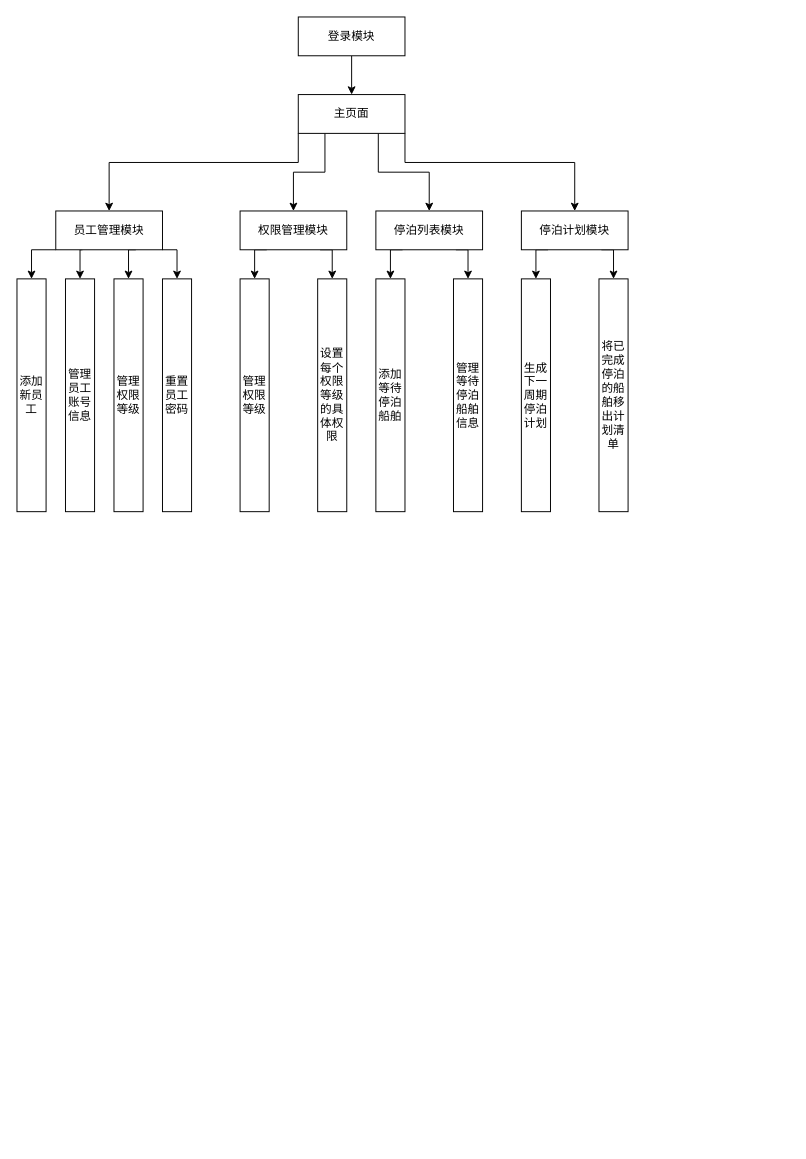
The draw.io diagram 功能性需求.drawio in xbb2020/dicPics, before the edit. Source tidied: cells renumbered, new cells numbered last; positions are measured from the earlier drawing's top-left corner, leaving out a move shared by most shapes. Both pictures are drawn from the tidied source at 97%, with x=0, y=0 at pixel (16, 16).
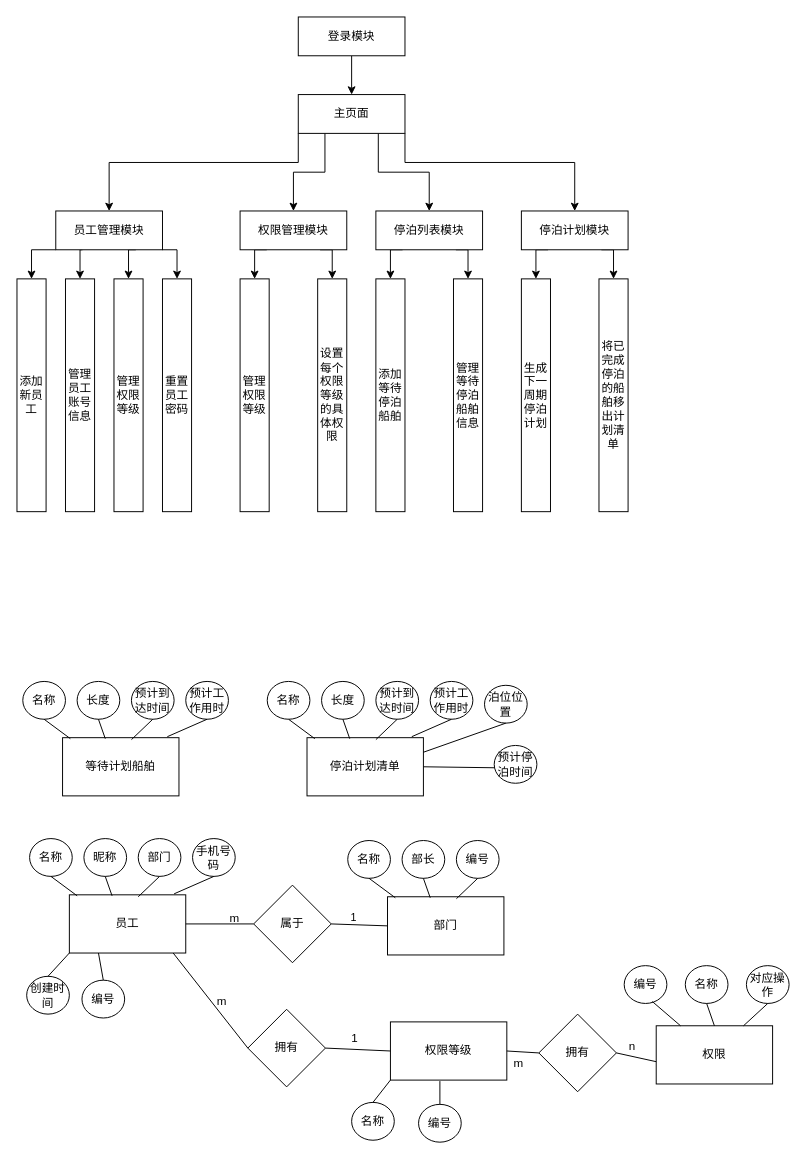
After the change.

Commit message (it also covers changes not shown here):
更新功能性需求.drawio

Change to the diagram source:
```diff
@@
+    <mxCell id="33" value="等待计划船舶" style="rounded=0;whiteSpace=wrap;html=1;" parent="1" vertex="1">
+      <mxGeometry x="47" y="743" width="120" height="60" as="geometry" />
+    </mxCell>
+    <mxCell id="34" value="名称" style="ellipse;whiteSpace=wrap;html=1;" parent="1" vertex="1">
+      <mxGeometry x="6" y="685" width="44" height="39" as="geometry" />
+    </mxCell>
+    <mxCell id="35" value="长度" style="ellipse;whiteSpace=wrap;html=1;" parent="1" vertex="1">
+      <mxGeometry x="62" y="685" width="44" height="39" as="geometry" />
+    </mxCell>
+    <mxCell id="36" value="预计到达时间" style="ellipse;whiteSpace=wrap;html=1;" parent="1" vertex="1">
+      <mxGeometry x="118" y="685" width="44" height="39" as="geometry" />
+    </mxCell>
+    <mxCell id="37" value="预计工作用时" style="ellipse;whiteSpace=wrap;html=1;" parent="1" vertex="1">
+      <mxGeometry x="174" y="685" width="44" height="39" as="geometry" />
+    </mxCell>
+    <mxCell id="38" style="endArrow=none;html=1;rounded=0;exitX=0.5;exitY=1;exitDx=0;exitDy=0;entryX=0.067;entryY=0.017;entryDx=0;entryDy=0;entryPerimeter=0;" parent="1" edge="1" source="34" target="33">
+      <mxGeometry relative="1" as="geometry" />
+    </mxCell>
+    <mxCell id="39" style="endArrow=none;html=1;rounded=0;entryX=0.5;entryY=1;entryDx=0;entryDy=0;exitX=0.367;exitY=0.017;exitDx=0;exitDy=0;exitPerimeter=0;" parent="1" edge="1" source="33" target="35">
+      <mxGeometry relative="1" as="geometry" />
+    </mxCell>
+    <mxCell id="40" style="endArrow=none;html=1;rounded=0;entryX=0.5;entryY=1;entryDx=0;entryDy=0;exitX=0.592;exitY=0.033;exitDx=0;exitDy=0;exitPerimeter=0;" parent="1" edge="1" source="33" target="36">
+      <mxGeometry relative="1" as="geometry" />
+    </mxCell>
+    <mxCell id="41" style="endArrow=none;html=1;rounded=0;entryX=0.5;entryY=1;entryDx=0;entryDy=0;exitX=0.9;exitY=-0.017;exitDx=0;exitDy=0;exitPerimeter=0;" parent="1" edge="1" source="33" target="37">
+      <mxGeometry relative="1" as="geometry" />
+    </mxCell>
+    <mxCell id="42" value="停泊计划清单" style="rounded=0;whiteSpace=wrap;html=1;" parent="1" vertex="1">
+      <mxGeometry x="299" y="743" width="120" height="60" as="geometry" />
+    </mxCell>
+    <mxCell id="43" value="名称" style="ellipse;whiteSpace=wrap;html=1;" parent="1" vertex="1">
+      <mxGeometry x="258" y="685" width="44" height="39" as="geometry" />
+    </mxCell>
+    <mxCell id="44" value="长度" style="ellipse;whiteSpace=wrap;html=1;" parent="1" vertex="1">
+      <mxGeometry x="314" y="685" width="44" height="39" as="geometry" />
+    </mxCell>
+    <mxCell id="45" value="预计到达时间" style="ellipse;whiteSpace=wrap;html=1;" parent="1" vertex="1">
+      <mxGeometry x="370" y="685" width="44" height="39" as="geometry" />
+    </mxCell>
+    <mxCell id="46" value="预计工作用时" style="ellipse;whiteSpace=wrap;html=1;" parent="1" vertex="1">
+      <mxGeometry x="426" y="685" width="44" height="39" as="geometry" />
+    </mxCell>
+    <mxCell id="47" style="endArrow=none;html=1;rounded=0;exitX=0.5;exitY=1;exitDx=0;exitDy=0;entryX=0.067;entryY=0.017;entryDx=0;entryDy=0;entryPerimeter=0;" parent="1" edge="1" source="43" target="42">
+      <mxGeometry relative="1" as="geometry" />
+    </mxCell>
+    <mxCell id="48" style="endArrow=none;html=1;rounded=0;entryX=0.5;entryY=1;entryDx=0;entryDy=0;exitX=0.367;exitY=0.017;exitDx=0;exitDy=0;exitPerimeter=0;" parent="1" edge="1" source="42" target="44">
+      <mxGeometry relative="1" as="geometry" />
+    </mxCell>
+    <mxCell id="49" style="endArrow=none;html=1;rounded=0;entryX=0.5;entryY=1;entryDx=0;entryDy=0;exitX=0.592;exitY=0.033;exitDx=0;exitDy=0;exitPerimeter=0;" parent="1" edge="1" source="42" target="45">
+      <mxGeometry relative="1" as="geometry" />
+    </mxCell>
+    <mxCell id="50" style="endArrow=none;html=1;rounded=0;entryX=0.5;entryY=1;entryDx=0;entryDy=0;exitX=0.9;exitY=-0.017;exitDx=0;exitDy=0;exitPerimeter=0;" parent="1" edge="1" source="42" target="46">
+      <mxGeometry relative="1" as="geometry" />
+    </mxCell>
+    <mxCell id="51" value="泊位位置" style="ellipse;whiteSpace=wrap;html=1;" parent="1" vertex="1">
+      <mxGeometry x="482" y="689" width="44" height="39" as="geometry" />
+    </mxCell>
+    <mxCell id="52" style="endArrow=none;html=1;rounded=0;entryX=0.5;entryY=1;entryDx=0;entryDy=0;exitX=1;exitY=0.25;exitDx=0;exitDy=0;" parent="1" edge="1" source="42" target="51">
+      <mxGeometry relative="1" as="geometry" />
+    </mxCell>
+    <mxCell id="53" value="预计停泊时间" style="ellipse;whiteSpace=wrap;html=1;" parent="1" vertex="1">
+      <mxGeometry x="492" y="751" width="44" height="39" as="geometry" />
+    </mxCell>
+    <mxCell id="54" style="endArrow=none;html=1;rounded=0;entryX=0;entryY=0.59;entryDx=0;entryDy=0;entryPerimeter=0;exitX=1;exitY=0.5;exitDx=0;exitDy=0;" parent="1" edge="1" source="42" target="53">
+      <mxGeometry relative="1" as="geometry" />
+    </mxCell>
+    <mxCell id="55" value="员工" style="rounded=0;whiteSpace=wrap;html=1;" parent="1" vertex="1">
+      <mxGeometry x="54" y="905" width="120" height="60" as="geometry" />
+    </mxCell>
+    <mxCell id="56" value="名称" style="ellipse;whiteSpace=wrap;html=1;" parent="1" vertex="1">
+      <mxGeometry x="13" y="847" width="44" height="39" as="geometry" />
+    </mxCell>
+    <mxCell id="57" value="昵称" style="ellipse;whiteSpace=wrap;html=1;" parent="1" vertex="1">
+      <mxGeometry x="69" y="847" width="44" height="39" as="geometry" />
+    </mxCell>
+    <mxCell id="58" value="部门" style="ellipse;whiteSpace=wrap;html=1;" parent="1" vertex="1">
+      <mxGeometry x="125" y="847" width="44" height="39" as="geometry" />
+    </mxCell>
+    <mxCell id="59" value="手机号码" style="ellipse;whiteSpace=wrap;html=1;" parent="1" vertex="1">
+      <mxGeometry x="181" y="847" width="44" height="39" as="geometry" />
+    </mxCell>
+    <mxCell id="60" style="endArrow=none;html=1;rounded=0;exitX=0.5;exitY=1;exitDx=0;exitDy=0;entryX=0.067;entryY=0.017;entryDx=0;entryDy=0;entryPerimeter=0;" parent="1" edge="1" source="56" target="55">
+      <mxGeometry relative="1" as="geometry" />
+    </mxCell>
+    <mxCell id="61" style="endArrow=none;html=1;rounded=0;entryX=0.5;entryY=1;entryDx=0;entryDy=0;exitX=0.367;exitY=0.017;exitDx=0;exitDy=0;exitPerimeter=0;" parent="1" edge="1" source="55" target="57">
+      <mxGeometry relative="1" as="geometry" />
+    </mxCell>
+    <mxCell id="62" style="endArrow=none;html=1;rounded=0;entryX=0.5;entryY=1;entryDx=0;entryDy=0;exitX=0.592;exitY=0.033;exitDx=0;exitDy=0;exitPerimeter=0;" parent="1" edge="1" source="55" target="58">
+      <mxGeometry relative="1" as="geometry" />
+    </mxCell>
+    <mxCell id="63" style="endArrow=none;html=1;rounded=0;entryX=0.5;entryY=1;entryDx=0;entryDy=0;exitX=0.9;exitY=-0.017;exitDx=0;exitDy=0;exitPerimeter=0;" parent="1" edge="1" source="55" target="59">
+      <mxGeometry relative="1" as="geometry" />
+    </mxCell>
+    <mxCell id="64" value="创建时间" style="ellipse;whiteSpace=wrap;html=1;" parent="1" vertex="1">
+      <mxGeometry x="10" y="989" width="44" height="39" as="geometry" />
+    </mxCell>
+    <mxCell id="65" value="编号" style="ellipse;whiteSpace=wrap;html=1;" parent="1" vertex="1">
+      <mxGeometry x="67" y="993" width="44" height="39" as="geometry" />
+    </mxCell>
+    <mxCell id="66" style="endArrow=none;html=1;rounded=0;entryX=0;entryY=1;entryDx=0;entryDy=0;exitX=0.5;exitY=0;exitDx=0;exitDy=0;" parent="1" edge="1" source="64" target="55">
+      <mxGeometry relative="1" as="geometry" />
+    </mxCell>
+    <mxCell id="67" style="endArrow=none;html=1;rounded=0;entryX=0.25;entryY=1;entryDx=0;entryDy=0;exitX=0.5;exitY=0;exitDx=0;exitDy=0;" parent="1" edge="1" source="65" target="55">
+      <mxGeometry relative="1" as="geometry" />
+    </mxCell>
+    <mxCell id="68" value="属于" style="rhombus;whiteSpace=wrap;html=1;" parent="1" vertex="1">
+      <mxGeometry x="244" y="895" width="80" height="80" as="geometry" />
+    </mxCell>
+    <mxCell id="69" style="endArrow=none;html=1;rounded=0;entryX=0;entryY=0.5;entryDx=0;entryDy=0;exitX=1;exitY=0.5;exitDx=0;exitDy=0;" parent="1" edge="1" source="55" target="68">
+      <mxGeometry relative="1" as="geometry" />
+    </mxCell>
+    <mxCell id="70" value="部门" style="rounded=0;whiteSpace=wrap;html=1;" parent="1" vertex="1">
+      <mxGeometry x="382" y="907" width="120" height="60" as="geometry" />
+    </mxCell>
+    <mxCell id="71" value="名称" style="ellipse;whiteSpace=wrap;html=1;" parent="1" vertex="1">
+      <mxGeometry x="341" y="849" width="44" height="39" as="geometry" />
+    </mxCell>
+    <mxCell id="72" value="部长" style="ellipse;whiteSpace=wrap;html=1;" parent="1" vertex="1">
+      <mxGeometry x="397" y="849" width="44" height="39" as="geometry" />
+    </mxCell>
+    <mxCell id="73" value="编号" style="ellipse;whiteSpace=wrap;html=1;" parent="1" vertex="1">
+      <mxGeometry x="453" y="849" width="44" height="39" as="geometry" />
+    </mxCell>
+    <mxCell id="74" style="endArrow=none;html=1;rounded=0;exitX=0.5;exitY=1;exitDx=0;exitDy=0;entryX=0.067;entryY=0.017;entryDx=0;entryDy=0;entryPerimeter=0;" parent="1" edge="1" source="71" target="70">
+      <mxGeometry relative="1" as="geometry" />
+    </mxCell>
+    <mxCell id="75" style="endArrow=none;html=1;rounded=0;entryX=0.5;entryY=1;entryDx=0;entryDy=0;exitX=0.367;exitY=0.017;exitDx=0;exitDy=0;exitPerimeter=0;" parent="1" edge="1" source="70" target="72">
+      <mxGeometry relative="1" as="geometry" />
+    </mxCell>
+    <mxCell id="76" style="endArrow=none;html=1;rounded=0;entryX=0.5;entryY=1;entryDx=0;entryDy=0;exitX=0.592;exitY=0.033;exitDx=0;exitDy=0;exitPerimeter=0;" parent="1" edge="1" source="70" target="73">
+      <mxGeometry relative="1" as="geometry" />
+    </mxCell>
+    <mxCell id="77" style="endArrow=none;html=1;rounded=0;entryX=0;entryY=0.5;entryDx=0;entryDy=0;exitX=1;exitY=0.5;exitDx=0;exitDy=0;" parent="1" edge="1" source="68" target="70">
+      <mxGeometry relative="1" as="geometry" />
+    </mxCell>
+    <mxCell id="78" value="1" style="edgeLabel;html=1;align=center;verticalAlign=middle;" parent="77" vertex="1">
+      <mxGeometry x="-0.28" y="1" relative="1" as="geometry">
+        <mxPoint x="1" y="-7" as="offset" />
+      </mxGeometry>
+    </mxCell>
+    <mxCell id="79" value="m" style="text;html=1;align=center;verticalAlign=middle;strokeColor=none;fillColor=none;" parent="1" vertex="1">
+      <mxGeometry x="210" y="917" width="28" height="26" as="geometry" />
+    </mxCell>
+    <mxCell id="80" value="拥有" style="rhombus;whiteSpace=wrap;html=1;" parent="1" vertex="1">
+      <mxGeometry x="238" y="1023" width="80" height="80" as="geometry" />
+    </mxCell>
+    <mxCell id="81" value="权限等级" style="rounded=0;whiteSpace=wrap;html=1;" parent="1" vertex="1">
+      <mxGeometry x="385" y="1036" width="120" height="60" as="geometry" />
+    </mxCell>
+    <mxCell id="82" style="endArrow=none;html=1;rounded=0;exitX=1;exitY=0.5;exitDx=0;exitDy=0;entryX=0;entryY=0.5;entryDx=0;entryDy=0;" parent="1" edge="1" source="80" target="81">
+      <mxGeometry relative="1" as="geometry" />
+    </mxCell>
+    <mxCell id="83" value="名称" style="ellipse;whiteSpace=wrap;html=1;" parent="1" vertex="1">
+      <mxGeometry x="345" y="1119" width="44" height="39" as="geometry" />
+    </mxCell>
+    <mxCell id="84" style="endArrow=none;html=1;rounded=0;entryX=0;entryY=0.5;entryDx=0;entryDy=0;exitX=0.892;exitY=1;exitDx=0;exitDy=0;exitPerimeter=0;" parent="1" edge="1" source="55" target="80">
+      <mxGeometry relative="1" as="geometry" />
+    </mxCell>
+    <mxCell id="85" value="m" style="text;html=1;align=center;verticalAlign=middle;strokeColor=none;fillColor=none;" parent="1" vertex="1">
+      <mxGeometry x="197" y="1002" width="28" height="26" as="geometry" />
+    </mxCell>
+    <mxCell id="86" value="1" style="text;html=1;align=center;verticalAlign=middle;strokeColor=none;fillColor=none;" parent="1" vertex="1">
+      <mxGeometry x="335" y="1040" width="25" height="26" as="geometry" />
+    </mxCell>
+    <mxCell id="87" value="编号" style="ellipse;whiteSpace=wrap;html=1;" parent="1" vertex="1">
+      <mxGeometry x="414" y="1121" width="44" height="39" as="geometry" />
+    </mxCell>
+    <mxCell id="88" style="endArrow=none;html=1;rounded=0;entryX=0;entryY=1;entryDx=0;entryDy=0;exitX=0.5;exitY=0;exitDx=0;exitDy=0;" parent="1" edge="1" source="83" target="81">
+      <mxGeometry relative="1" as="geometry" />
+    </mxCell>
+    <mxCell id="89" style="endArrow=none;html=1;rounded=0;entryX=0.425;entryY=1.017;entryDx=0;entryDy=0;entryPerimeter=0;exitX=0.5;exitY=0;exitDx=0;exitDy=0;" parent="1" edge="1" source="87" target="81">
+      <mxGeometry relative="1" as="geometry" />
+    </mxCell>
+    <mxCell id="90" value="权限" style="rounded=0;whiteSpace=wrap;html=1;" parent="1" vertex="1">
+      <mxGeometry x="659" y="1040" width="120" height="60" as="geometry" />
+    </mxCell>
+    <mxCell id="91" value="拥有" style="rhombus;whiteSpace=wrap;html=1;" parent="1" vertex="1">
+      <mxGeometry x="538" y="1028" width="80" height="80" as="geometry" />
+    </mxCell>
+    <mxCell id="92" style="endArrow=none;html=1;rounded=0;entryX=0;entryY=0.617;entryDx=0;entryDy=0;entryPerimeter=0;exitX=1;exitY=0.5;exitDx=0;exitDy=0;" parent="1" edge="1" source="91" target="90">
+      <mxGeometry relative="1" as="geometry" />
+    </mxCell>
+    <mxCell id="93" value="n" style="text;html=1;align=center;verticalAlign=middle;strokeColor=none;fillColor=none;" parent="1" vertex="1">
+      <mxGeometry x="621" y="1048" width="25" height="26" as="geometry" />
+    </mxCell>
+    <mxCell id="94" style="endArrow=none;html=1;rounded=0;exitX=1;exitY=0.5;exitDx=0;exitDy=0;entryX=0;entryY=0.5;entryDx=0;entryDy=0;" parent="1" edge="1" source="81" target="91">
+      <mxGeometry relative="1" as="geometry" />
+    </mxCell>
+    <mxCell id="95" value="m" style="text;html=1;align=center;verticalAlign=middle;strokeColor=none;fillColor=none;" parent="1" vertex="1">
+      <mxGeometry x="503" y="1066" width="28" height="26" as="geometry" />
+    </mxCell>
+    <mxCell id="96" value="编号" style="ellipse;whiteSpace=wrap;html=1;" parent="1" vertex="1">
+      <mxGeometry x="626" y="978" width="44" height="39" as="geometry" />
+    </mxCell>
+    <mxCell id="97" value="名称" style="ellipse;whiteSpace=wrap;html=1;" parent="1" vertex="1">
+      <mxGeometry x="689" y="978" width="44" height="39" as="geometry" />
+    </mxCell>
+    <mxCell id="98" value="对应操作" style="ellipse;whiteSpace=wrap;html=1;" parent="1" vertex="1">
+      <mxGeometry x="752" y="978" width="44" height="39" as="geometry" />
+    </mxCell>
+    <mxCell id="99" style="endArrow=none;html=1;rounded=0;entryX=0.659;entryY=0.949;entryDx=0;entryDy=0;entryPerimeter=0;" parent="1" edge="1" source="90" target="96">
+      <mxGeometry relative="1" as="geometry" />
+    </mxCell>
+    <mxCell id="100" style="endArrow=none;html=1;rounded=0;entryX=0.5;entryY=1;entryDx=0;entryDy=0;exitX=0.5;exitY=0;exitDx=0;exitDy=0;" parent="1" edge="1" source="90" target="97">
+      <mxGeometry relative="1" as="geometry" />
+    </mxCell>
+    <mxCell id="101" style="endArrow=none;html=1;rounded=0;entryX=0.5;entryY=1;entryDx=0;entryDy=0;exitX=0.75;exitY=0;exitDx=0;exitDy=0;" parent="1" edge="1" source="90" target="98">
+      <mxGeometry relative="1" as="geometry" />
+    </mxCell>
```
